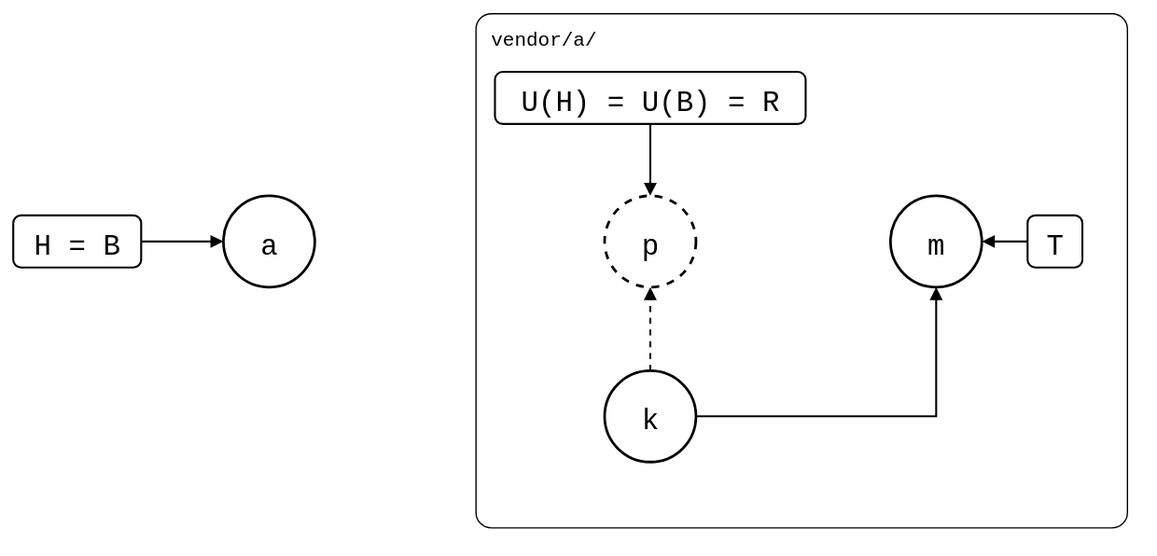
roschaefer/git-splice keeps this draw.io diagram as test/scenarios/06-rewritten-history/04-patch-branch-rebased/patch-branch-rebased.drawio.svg. Above is the earlier version. Source tidied: cells renumbered, new cells last; positions are measured from the earlier drawing's top-left corner, leaving out a move shared by most shapes. Its diagram source:
```xml
<mxGraphModel background="#ffffff">
  <root>
    <mxCell id="0" />
    <mxCell id="1" parent="0" />
    <mxCell id="2" value="vendor/a/" style="rounded=1;arcSize=3;fillColor=none;strokeWidth=1;fontSize=15;verticalAlign=top;align=left;spacingLeft=10;spacingTop=4;fontFamily=Roboto Mono,monospace;" parent="1" vertex="1">
      <mxGeometry x="354" width="499" height="394" as="geometry" />
    </mxCell>
    <mxCell id="3" value="a" style="ellipse;strokeWidth=2;fontSize=22;fontFamily=Roboto Mono,monospace;" parent="1" vertex="1">
      <mxGeometry x="161" y="140" width="70" height="70" as="geometry" />
    </mxCell>
    <mxCell id="4" value="k" style="ellipse;strokeWidth=2;fontSize=22;fontFamily=Roboto Mono,monospace;" parent="1" vertex="1">
      <mxGeometry x="453" y="274" width="70" height="70" as="geometry" />
    </mxCell>
    <mxCell id="5" value="p" style="ellipse;strokeWidth=2;fontSize=22;fontFamily=Roboto Mono,monospace;dashed=1;" parent="1" vertex="1">
      <mxGeometry x="453" y="140" width="70" height="70" as="geometry" />
    </mxCell>
    <mxCell id="6" value="m" style="ellipse;strokeWidth=2;fontSize=22;fontFamily=Roboto Mono,monospace;" parent="1" vertex="1">
      <mxGeometry x="672" y="140" width="70" height="70" as="geometry" />
    </mxCell>
    <mxCell id="7" value="H = B" style="rounded=1;strokeWidth=1.5;fontSize=22;fontFamily=Roboto Mono,monospace;" parent="1" vertex="1">
      <mxGeometry y="155" width="98" height="40" as="geometry" />
    </mxCell>
    <mxCell id="8" value="U(H) = U(B) = R" style="rounded=1;strokeWidth=1.5;fontSize=22;fontFamily=Roboto Mono,monospace;" parent="1" vertex="1">
      <mxGeometry x="369" y="45" width="238" height="40" as="geometry" />
    </mxCell>
    <mxCell id="9" value="T" style="rounded=1;strokeWidth=1.5;fontSize=22;fontFamily=Roboto Mono,monospace;" parent="1" vertex="1">
      <mxGeometry x="777" y="155" width="42" height="40" as="geometry" />
    </mxCell>
    <mxCell id="10" style="endArrow=block;endFill=1;html=1;strokeWidth=1.5;rounded=0;dashed=1;" parent="1" edge="1" source="4" target="5">
      <mxGeometry relative="1" as="geometry" />
    </mxCell>
    <mxCell id="11" style="edgeStyle=orthogonalEdgeStyle;exitX=1;exitY=0.5;entryX=0.5;entryY=1;endArrow=block;endFill=1;html=1;strokeWidth=1.5;rounded=0;" parent="1" edge="1" source="4" target="6">
      <mxGeometry relative="1" as="geometry" />
    </mxCell>
    <mxCell id="12" style="endArrow=block;endFill=1;html=1;strokeWidth=1.5;rounded=0;" parent="1" edge="1" source="7" target="3">
      <mxGeometry relative="1" as="geometry" />
    </mxCell>
    <mxCell id="13" style="endArrow=block;endFill=1;html=1;strokeWidth=1.5;rounded=0;" parent="1" edge="1" source="8" target="5">
      <mxGeometry relative="1" as="geometry" />
    </mxCell>
    <mxCell id="14" style="endArrow=block;endFill=1;html=1;strokeWidth=1.5;rounded=0;" parent="1" edge="1" source="9" target="6">
      <mxGeometry relative="1" as="geometry" />
    </mxCell>
  </root>
</mxGraphModel>
```
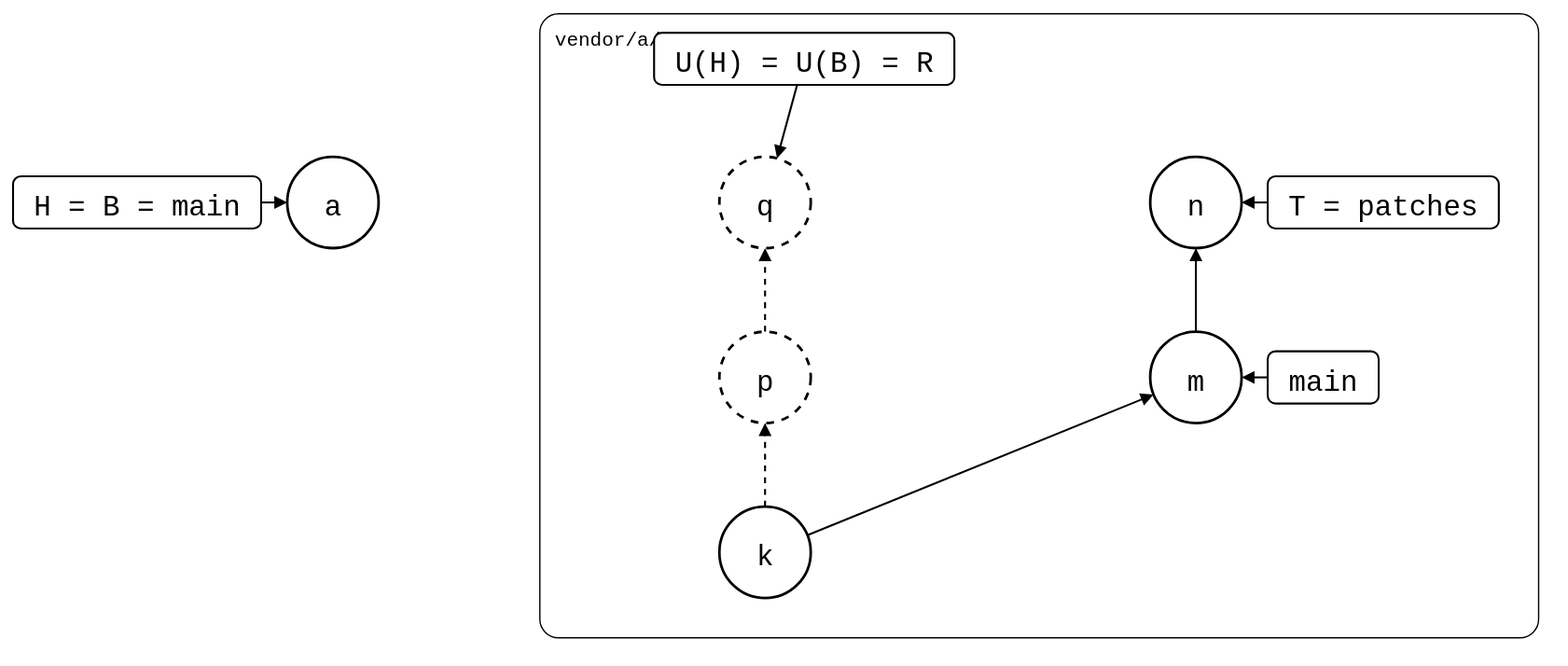
After the commit.

Commit message:
test(scenarios): rebase a patch branch with two patches, branches named

The edit, as a diff of the source:
```diff
@@ -3,43 +3,61 @@
     <mxCell id="0" />
     <mxCell id="1" parent="0" />
     <mxCell id="2" value="vendor/a/" style="rounded=1;arcSize=3;fillColor=none;strokeWidth=1;fontSize=15;verticalAlign=top;align=left;spacingLeft=10;spacingTop=4;fontFamily=Roboto Mono,monospace;" parent="1" vertex="1">
-      <mxGeometry x="354" width="499" height="394" as="geometry" />
+      <mxGeometry x="354" y="30" width="765" height="478" as="geometry" />
     </mxCell>
-    <mxCell id="3" value="a" style="ellipse;strokeWidth=2;fontSize=22;fontFamily=Roboto Mono,monospace;" parent="1" vertex="1">
-      <mxGeometry x="161" y="140" width="70" height="70" as="geometry" />
-    </mxCell>
     <mxCell id="4" value="k" style="ellipse;strokeWidth=2;fontSize=22;fontFamily=Roboto Mono,monospace;" parent="1" vertex="1">
-      <mxGeometry x="453" y="274" width="70" height="70" as="geometry" />
+      <mxGeometry x="492" y="408" width="70" height="70" as="geometry" />
     </mxCell>
     <mxCell id="5" value="p" style="ellipse;strokeWidth=2;fontSize=22;fontFamily=Roboto Mono,monospace;dashed=1;" parent="1" vertex="1">
-      <mxGeometry x="453" y="140" width="70" height="70" as="geometry" />
+      <mxGeometry x="492" y="274" width="70" height="70" as="geometry" />
     </mxCell>
+    <mxCell id="15" value="q" style="ellipse;strokeWidth=2;fontSize=22;fontFamily=Roboto Mono,monospace;dashed=1;" parent="1" vertex="1">
+      <mxGeometry x="492" y="140" width="70" height="70" as="geometry" />
+    </mxCell>
     <mxCell id="6" value="m" style="ellipse;strokeWidth=2;fontSize=22;fontFamily=Roboto Mono,monospace;" parent="1" vertex="1">
-      <mxGeometry x="672" y="140" width="70" height="70" as="geometry" />
+      <mxGeometry x="822" y="274" width="70" height="70" as="geometry" />
     </mxCell>
+    <mxCell id="16" value="n" style="ellipse;strokeWidth=2;fontSize=22;fontFamily=Roboto Mono,monospace;" parent="1" vertex="1">
+      <mxGeometry x="822" y="140" width="70" height="70" as="geometry" />
+    </mxCell>
+    <mxCell id="3" value="a" style="ellipse;strokeWidth=2;fontSize=22;fontFamily=Roboto Mono,monospace;" parent="1" vertex="1">
+      <mxGeometry x="161" y="140" width="70" height="70" as="geometry" />
+    </mxCell>
-    <mxCell id="7" value="H = B" style="rounded=1;strokeWidth=1.5;fontSize=22;fontFamily=Roboto Mono,monospace;" parent="1" vertex="1">
-      <mxGeometry y="155" width="98" height="40" as="geometry" />
+    <mxCell id="7" value="H = B = main" style="rounded=1;strokeWidth=1.5;fontSize=22;fontFamily=Roboto Mono,monospace;" parent="1" vertex="1">
+      <mxGeometry x="-49" y="155" width="190" height="40" as="geometry" />
     </mxCell>
     <mxCell id="8" value="U(H) = U(B) = R" style="rounded=1;strokeWidth=1.5;fontSize=22;fontFamily=Roboto Mono,monospace;" parent="1" vertex="1">
-      <mxGeometry x="369" y="45" width="238" height="40" as="geometry" />
+      <mxGeometry x="442" y="45" width="230" height="40" as="geometry" />
     </mxCell>
-    <mxCell id="9" value="T" style="rounded=1;strokeWidth=1.5;fontSize=22;fontFamily=Roboto Mono,monospace;" parent="1" vertex="1">
-      <mxGeometry x="777" y="155" width="42" height="40" as="geometry" />
-    </mxCell>
+    <mxCell id="17" value="main" style="rounded=1;strokeWidth=1.5;fontSize=22;fontFamily=Roboto Mono,monospace;" parent="1" vertex="1">
+      <mxGeometry x="912" y="289" width="85" height="40" as="geometry" />
+    </mxCell>
+    <mxCell id="18" value="T = patches" style="rounded=1;strokeWidth=1.5;fontSize=22;fontFamily=Roboto Mono,monospace;" parent="1" vertex="1">
+      <mxGeometry x="912" y="155" width="177" height="40" as="geometry" />
+    </mxCell>
     <mxCell id="10" style="endArrow=block;endFill=1;html=1;strokeWidth=1.5;rounded=0;dashed=1;" parent="1" edge="1" source="4" target="5">
       <mxGeometry relative="1" as="geometry" />
     </mxCell>
-    <mxCell id="11" style="edgeStyle=orthogonalEdgeStyle;exitX=1;exitY=0.5;entryX=0.5;entryY=1;endArrow=block;endFill=1;html=1;strokeWidth=1.5;rounded=0;" parent="1" edge="1" source="4" target="6">
+    <mxCell id="11" style="endArrow=block;endFill=1;html=1;strokeWidth=1.5;rounded=0;dashed=1;" parent="1" edge="1" source="5" target="15">
       <mxGeometry relative="1" as="geometry" />
     </mxCell>
-    <mxCell id="12" style="endArrow=block;endFill=1;html=1;strokeWidth=1.5;rounded=0;" parent="1" edge="1" source="7" target="3">
+    <mxCell id="12" style="endArrow=block;endFill=1;html=1;strokeWidth=1.5;rounded=0;" parent="1" edge="1" source="4" target="6">
       <mxGeometry relative="1" as="geometry" />
     </mxCell>
-    <mxCell id="13" style="endArrow=block;endFill=1;html=1;strokeWidth=1.5;rounded=0;" parent="1" edge="1" source="8" target="5">
+    <mxCell id="13" style="endArrow=block;endFill=1;html=1;strokeWidth=1.5;rounded=0;" parent="1" edge="1" source="6" target="16">
       <mxGeometry relative="1" as="geometry" />
     </mxCell>
-    <mxCell id="14" style="endArrow=block;endFill=1;html=1;strokeWidth=1.5;rounded=0;" parent="1" edge="1" source="9" target="6">
+    <mxCell id="14" style="endArrow=block;endFill=1;html=1;strokeWidth=1.5;rounded=0;" parent="1" edge="1" source="7" target="3">
       <mxGeometry relative="1" as="geometry" />
     </mxCell>
+    <mxCell id="19" style="endArrow=block;endFill=1;html=1;strokeWidth=1.5;rounded=0;" parent="1" edge="1" source="8" target="15">
+      <mxGeometry relative="1" as="geometry" />
+    </mxCell>
+    <mxCell id="20" style="endArrow=block;endFill=1;html=1;strokeWidth=1.5;rounded=0;" parent="1" edge="1" source="17" target="6">
+      <mxGeometry relative="1" as="geometry" />
+    </mxCell>
+    <mxCell id="21" style="endArrow=block;endFill=1;html=1;strokeWidth=1.5;rounded=0;" parent="1" edge="1" source="18" target="16">
+      <mxGeometry relative="1" as="geometry" />
+    </mxCell>
   </root>
 </mxGraphModel>
```
